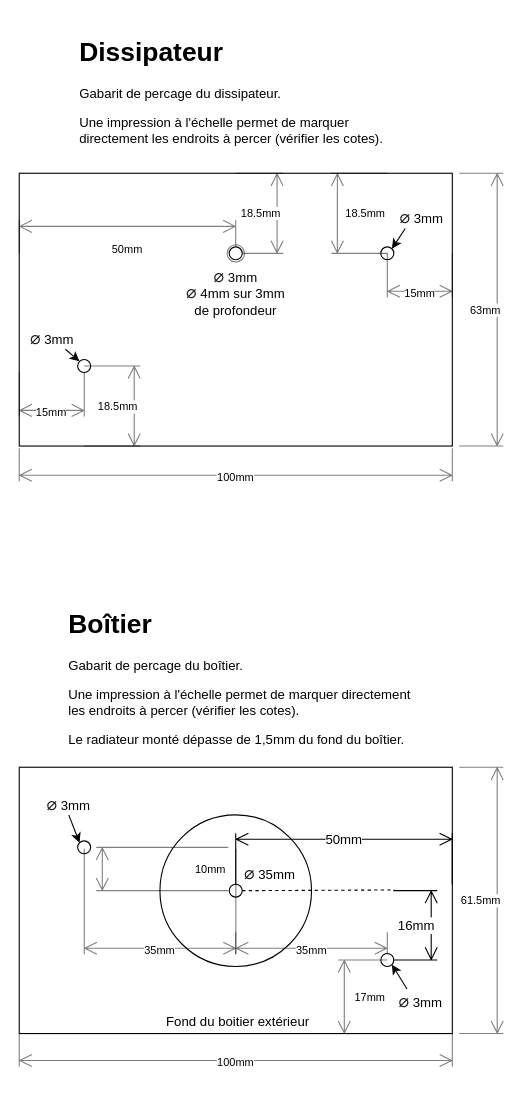
FredM67/PVRouter-3-phase keeps this draw.io diagram as docs/Dissipateur.drawio. Above is the earlier version. Source tidied: cells renumbered, new cells numbered last; positions are measured from the earlier drawing's top-left corner, leaving out a move shared by most shapes. Both pictures are drawn from the tidied source at 110%, with x=0, y=0 at pixel (19, 30).
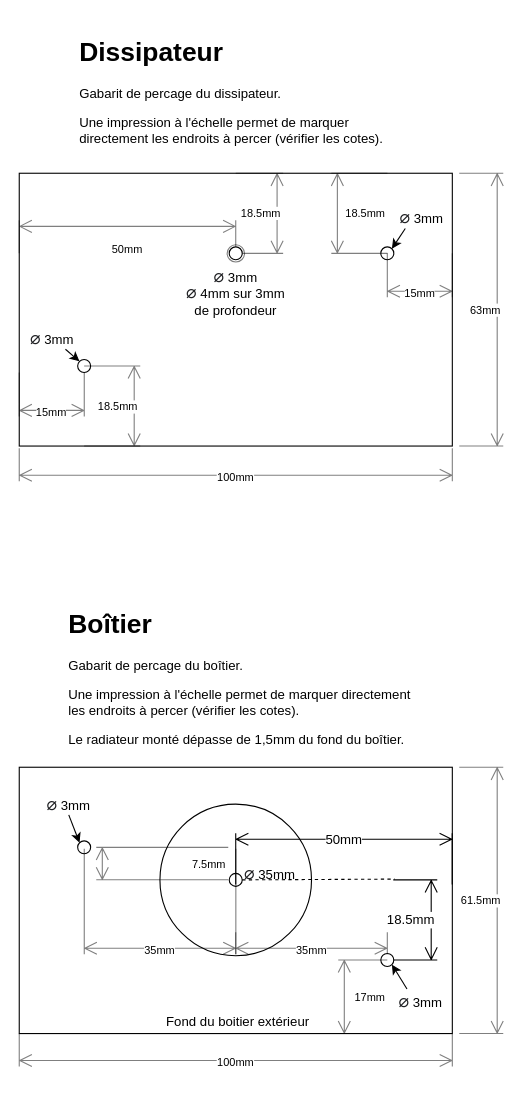
The same page after the edit.

Commit message (it also covers changes not shown here):
Tune template

Unchanged cells that the change refers to:
```xml
<mxCell id="28" style="group;" parent="25" vertex="1">
  <mxGeometry width="393.7" height="251.1" as="geometry" />
</mxCell>
```

Change to the diagram source:
```diff
@@
     <mxCell id="32" style="ellipse;whiteSpace=wrap;html=1;" parent="28" vertex="1">
-      <mxGeometry x="127.9" y="43.3" width="137.8" height="137.8" as="geometry" />
+      <mxGeometry x="127.9" y="33.5" width="137.8" height="137.8" as="geometry" />
     </mxCell>
@@
-    <mxCell id="37" value="10mm" style="shape=dimension;direction=south;whiteSpace=wrap;html=1;align=right;verticalAlign=middle;labelBackgroundColor=#ffffff;fontSize=10;opacity=50;" parent="28" vertex="1">
-      <mxGeometry x="70" y="72.8" width="120" height="39.4" as="geometry" />
+    <mxCell id="37" value="7.5mm" style="shape=dimension;direction=south;whiteSpace=wrap;html=1;align=right;verticalAlign=middle;labelBackgroundColor=#ffffff;fontSize=10;opacity=50;" parent="28" vertex="1">
+      <mxGeometry x="70" y="72.8" width="120" height="29.5" as="geometry" />
     </mxCell>
@@
     <mxCell id="41" style="ellipse;whiteSpace=wrap;html=1;" parent="28" vertex="1">
-      <mxGeometry x="190.9" y="106.3" width="11.8" height="11.8" as="geometry" />
+      <mxGeometry x="190.9" y="96.5" width="11.8" height="11.8" as="geometry" />
     </mxCell>
@@
-    <mxCell id="46" value="16mm" style="shape=dimension;direction=north;whiteSpace=wrap;html=1;align=right;points=[];verticalAlign=middle;labelBackgroundColor=#ffffff;" parent="28" vertex="1">
-      <mxGeometry x="340" y="112.2" width="40" height="63" as="geometry" />
+    <mxCell id="46" value="18.5mm" style="shape=dimension;direction=north;whiteSpace=wrap;html=1;align=right;points=[];verticalAlign=middle;labelBackgroundColor=#ffffff;" parent="28" vertex="1">
+      <mxGeometry x="340" y="102.4" width="40" height="72.8" as="geometry" />
     </mxCell>
```
